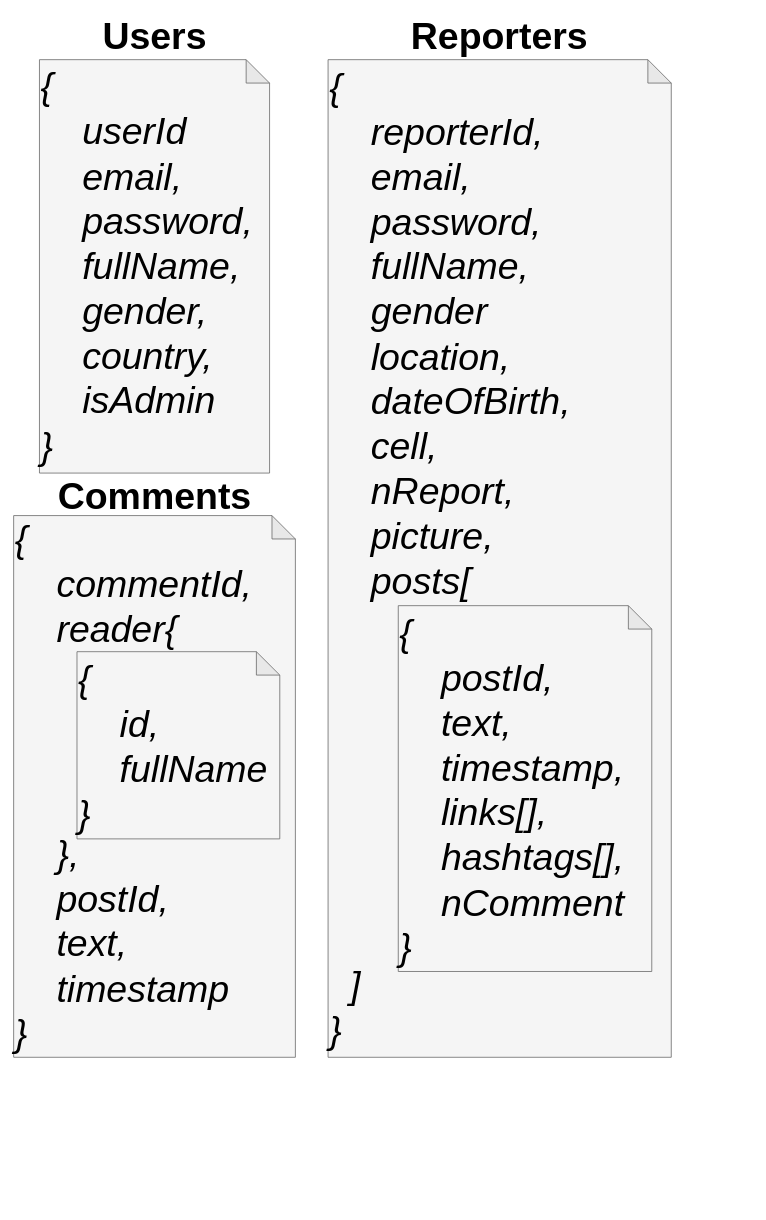
MatteBiondi/LSMSD_SocialNews keeps this draw.io diagram as page "MongoDbCollections" (3 of 3) of Docs/Drawio/schemas/DataModelling.drawio. Above is the earlier version. Source tidied: cells renumbered, new cells numbered last; positions are measured from the earlier drawing's top-left corner, leaving out a move shared by most shapes. Both pictures are drawn from the tidied source at 78%, with x=0, y=0 at pixel (13, 20).
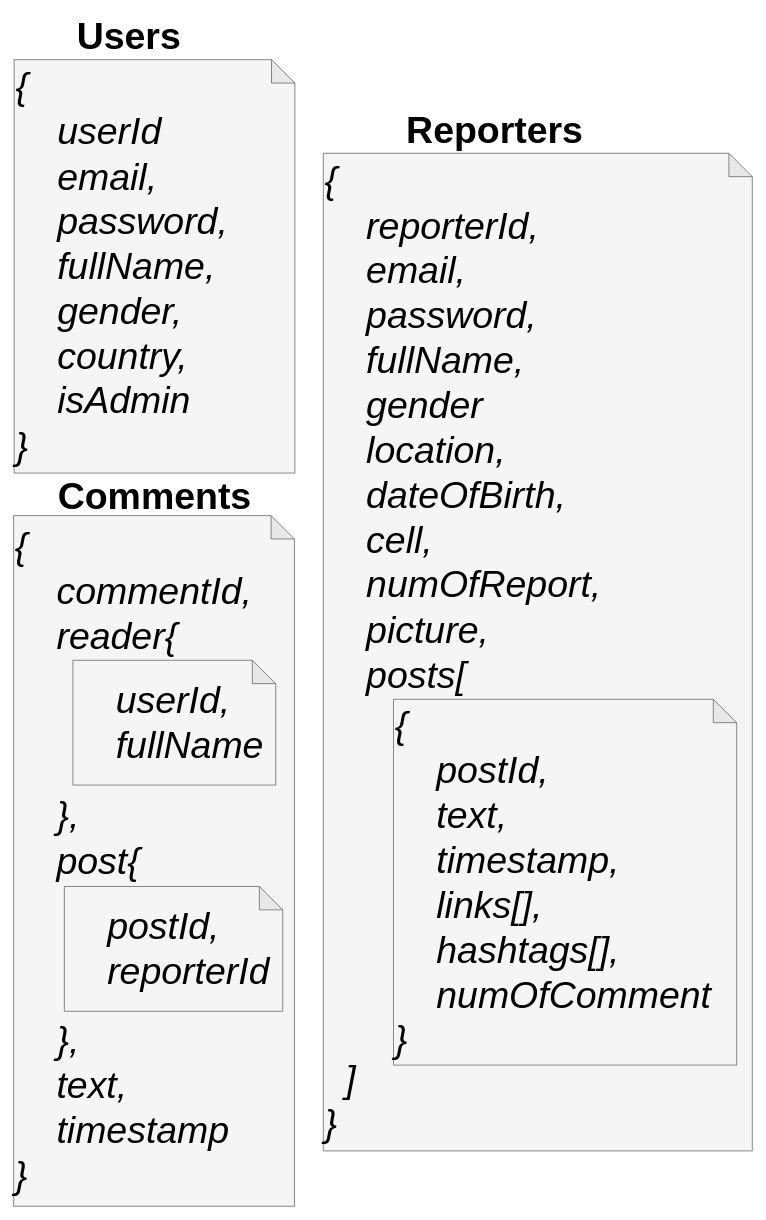
After the change.

Change to the diagram source:
```diff
@@
 <mxGraphModel>
   <root>
     <mxCell id="0" />
     <mxCell id="1" parent="0" />
     <mxCell id="2" value="&lt;font color=&quot;#000000&quot;&gt;&lt;i&gt;{&lt;br&gt;&amp;nbsp; &amp;nbsp; userId&lt;br&gt;&amp;nbsp; &amp;nbsp; email,&lt;br&gt;&amp;nbsp; &amp;nbsp; password,&lt;br style=&quot;border-color: var(--border-color);&quot;&gt;&amp;nbsp; &amp;nbsp; fullName,&lt;br style=&quot;border-color: var(--border-color);&quot;&gt;&amp;nbsp; &amp;nbsp; gender,&lt;br style=&quot;border-color: var(--border-color);&quot;&gt;&amp;nbsp; &amp;nbsp; country,&lt;br&gt;&amp;nbsp; &amp;nbsp; isAdmin&lt;br style=&quot;border-color: var(--border-color);&quot;&gt;}&lt;/i&gt;&lt;/font&gt;" style="shape=note;whiteSpace=wrap;html=1;backgroundOutline=1;darkOpacity=0.05;fontSize=48;align=left;fillColor=#f5f5f5;strokeColor=#666666;fontColor=#333333;" parent="1" vertex="1">
-      <mxGeometry x="33.1" y="50" width="295" height="530" as="geometry" />
+      <mxGeometry x="0.6" y="50" width="360" height="530" as="geometry" />
     </mxCell>
     <mxCell id="3" value="&lt;b&gt;Users&lt;/b&gt;" style="text;html=1;strokeColor=none;fillColor=none;align=center;verticalAlign=middle;whiteSpace=wrap;rounded=0;fontSize=48;fontColor=#000000;" parent="1" vertex="1">
-      <mxGeometry x="115.6" width="130" height="40" as="geometry" />
+      <mxGeometry x="83.1" width="130" height="40" as="geometry" />
     </mxCell>
-    <mxCell id="4" value="&lt;font color=&quot;#000000&quot;&gt;&lt;i&gt;{&lt;br&gt;&amp;nbsp; &amp;nbsp; commentId,&lt;br style=&quot;border-color: var(--border-color);&quot;&gt;&amp;nbsp; &amp;nbsp; reader{&lt;br&gt;&amp;nbsp; &amp;nbsp; &amp;nbsp; &amp;nbsp;&amp;nbsp;&lt;br&gt;&lt;br&gt;&lt;br&gt;&lt;br&gt;&amp;nbsp; &amp;nbsp; },&lt;br style=&quot;border-color: var(--border-color);&quot;&gt;&amp;nbsp; &amp;nbsp; postId,&lt;br style=&quot;border-color: var(--border-color);&quot;&gt;&amp;nbsp; &amp;nbsp; text,&lt;br style=&quot;border-color: var(--border-color);&quot;&gt;&amp;nbsp; &amp;nbsp; timestamp&lt;br&gt;}&lt;/i&gt;&lt;br&gt;&lt;/font&gt;" style="shape=note;whiteSpace=wrap;html=1;backgroundOutline=1;darkOpacity=0.05;fontSize=48;align=left;fillColor=#f5f5f5;strokeColor=#666666;fontColor=#333333;" parent="1" vertex="1">
-      <mxGeometry y="634.5" width="361.2" height="694.5" as="geometry" />
+    <mxCell id="4" value="&lt;font color=&quot;#000000&quot;&gt;&lt;i&gt;{&lt;br&gt;&amp;nbsp; &amp;nbsp; commentId,&lt;br style=&quot;border-color: var(--border-color);&quot;&gt;&amp;nbsp; &amp;nbsp; reader{&lt;br&gt;&lt;br&gt;&lt;br&gt;&amp;nbsp; &amp;nbsp; &amp;nbsp;&lt;br&gt;&amp;nbsp; &amp;nbsp; },&lt;br style=&quot;border-color: var(--border-color);&quot;&gt;&amp;nbsp; &amp;nbsp; post{&lt;br&gt;&lt;br&gt;&lt;br&gt;&lt;br&gt;&amp;nbsp; &amp;nbsp; },&lt;br style=&quot;border-color: var(--border-color);&quot;&gt;&amp;nbsp; &amp;nbsp; text,&lt;br style=&quot;border-color: var(--border-color);&quot;&gt;&amp;nbsp; &amp;nbsp; timestamp&lt;br&gt;}&lt;/i&gt;&lt;br&gt;&lt;/font&gt;" style="shape=note;whiteSpace=wrap;html=1;backgroundOutline=1;darkOpacity=0.05;fontSize=48;align=left;fillColor=#f5f5f5;strokeColor=#666666;fontColor=#333333;" parent="1" vertex="1">
+      <mxGeometry y="634.5" width="360" height="885.5" as="geometry" />
     </mxCell>
     <mxCell id="5" value="&lt;b&gt;Comments&lt;/b&gt;" style="text;html=1;strokeColor=none;fillColor=none;align=center;verticalAlign=middle;whiteSpace=wrap;rounded=0;fontSize=48;fontColor=#000000;" parent="1" vertex="1">
       <mxGeometry x="56.9" y="590" width="247.5" height="40" as="geometry" />
     </mxCell>
-    <mxCell id="6" value="&lt;font color=&quot;#000000&quot;&gt;&lt;i&gt;{&lt;br style=&quot;border-color: var(--border-color);&quot;&gt;&amp;nbsp; &amp;nbsp; reporterId,&lt;br&gt;&amp;nbsp; &amp;nbsp; email,&lt;br&gt;&amp;nbsp; &amp;nbsp; password,&lt;br style=&quot;border-color: var(--border-color);&quot;&gt;&amp;nbsp; &amp;nbsp; fullName,&lt;br&gt;&amp;nbsp; &amp;nbsp; gender&lt;br style=&quot;border-color: var(--border-color);&quot;&gt;&amp;nbsp; &amp;nbsp; location,&lt;br&gt;&amp;nbsp; &amp;nbsp; dateOfBirth,&lt;br style=&quot;border-color: var(--border-color);&quot;&gt;&amp;nbsp; &amp;nbsp; cell,&amp;nbsp;&lt;br&gt;&amp;nbsp; &amp;nbsp; nReport,&amp;nbsp; &amp;nbsp;&lt;br&gt;&amp;nbsp; &amp;nbsp; picture,&lt;br&gt;&amp;nbsp; &amp;nbsp; posts[ &lt;br&gt;&lt;br&gt;&lt;br&gt;&lt;br&gt;&lt;br&gt;&lt;br&gt;&lt;br&gt;&amp;nbsp; &amp;nbsp; &lt;br&gt;&amp;nbsp; &lt;br&gt;&amp;nbsp; ]&lt;br&gt;}&lt;/i&gt;&lt;/font&gt;" style="shape=note;whiteSpace=wrap;html=1;backgroundOutline=1;darkOpacity=0.05;fontSize=48;align=left;fillColor=#f5f5f5;strokeColor=#666666;fontColor=#333333;" parent="1" vertex="1">
-      <mxGeometry x="403.1" y="50" width="440" height="1279" as="geometry" />
+    <mxCell id="6" value="&lt;font color=&quot;#000000&quot;&gt;&lt;i&gt;{&lt;br style=&quot;border-color: var(--border-color);&quot;&gt;&amp;nbsp; &amp;nbsp; reporterId,&lt;br&gt;&amp;nbsp; &amp;nbsp; email,&lt;br&gt;&amp;nbsp; &amp;nbsp; password,&lt;br style=&quot;border-color: var(--border-color);&quot;&gt;&amp;nbsp; &amp;nbsp; fullName,&lt;br&gt;&amp;nbsp; &amp;nbsp; gender&lt;br style=&quot;border-color: var(--border-color);&quot;&gt;&amp;nbsp; &amp;nbsp; location,&lt;br&gt;&amp;nbsp; &amp;nbsp; dateOfBirth,&lt;br style=&quot;border-color: var(--border-color);&quot;&gt;&amp;nbsp; &amp;nbsp; cell,&amp;nbsp;&lt;br&gt;&amp;nbsp; &amp;nbsp; numOfReport,&amp;nbsp; &amp;nbsp;&lt;br&gt;&amp;nbsp; &amp;nbsp; picture,&lt;br&gt;&amp;nbsp; &amp;nbsp; posts[ &lt;br&gt;&lt;br&gt;&lt;br&gt;&lt;br&gt;&lt;br&gt;&lt;br&gt;&lt;br&gt;&amp;nbsp; &amp;nbsp; &lt;br&gt;&amp;nbsp; &lt;br&gt;&amp;nbsp; ]&lt;br&gt;}&lt;/i&gt;&lt;/font&gt;" style="shape=note;whiteSpace=wrap;html=1;backgroundOutline=1;darkOpacity=0.05;fontSize=48;align=left;fillColor=#f5f5f5;strokeColor=#666666;fontColor=#333333;" parent="1" vertex="1">
+      <mxGeometry x="397" y="170" width="550" height="1279" as="geometry" />
     </mxCell>
-    <mxCell id="7" value="&lt;span style=&quot;border-color: var(--border-color);&quot;&gt;&lt;i&gt;{&lt;br&gt;&amp;nbsp; &amp;nbsp; postId,&lt;br style=&quot;border-color: var(--border-color);&quot;&gt;&amp;nbsp; &amp;nbsp; text,&lt;br style=&quot;border-color: var(--border-color);&quot;&gt;&amp;nbsp; &amp;nbsp; timestamp,&lt;br style=&quot;border-color: var(--border-color);&quot;&gt;&amp;nbsp; &amp;nbsp; links[],&lt;br style=&quot;border-color: var(--border-color);&quot;&gt;&amp;nbsp; &amp;nbsp; hashtags[],&lt;br&gt;&amp;nbsp; &amp;nbsp; nComment&lt;br style=&quot;border-color: var(--border-color);&quot;&gt;}&lt;/i&gt;&lt;/span&gt;" style="shape=note;whiteSpace=wrap;html=1;backgroundOutline=1;darkOpacity=0.05;fontSize=48;fontColor=#000000;fillColor=#f5f5f5;strokeColor=#666666;align=left;verticalAlign=top;" parent="1" vertex="1">
-      <mxGeometry x="493.1" y="750" width="325" height="469" as="geometry" />
+    <mxCell id="7" value="&lt;span style=&quot;border-color: var(--border-color);&quot;&gt;&lt;i&gt;{&lt;br&gt;&amp;nbsp; &amp;nbsp; postId,&lt;br style=&quot;border-color: var(--border-color);&quot;&gt;&amp;nbsp; &amp;nbsp; text,&lt;br style=&quot;border-color: var(--border-color);&quot;&gt;&amp;nbsp; &amp;nbsp; timestamp,&lt;br style=&quot;border-color: var(--border-color);&quot;&gt;&amp;nbsp; &amp;nbsp; links[],&lt;br style=&quot;border-color: var(--border-color);&quot;&gt;&amp;nbsp; &amp;nbsp; hashtags[],&lt;br&gt;&amp;nbsp; &amp;nbsp; numOfComment&lt;br style=&quot;border-color: var(--border-color);&quot;&gt;}&lt;/i&gt;&lt;/span&gt;" style="shape=note;whiteSpace=wrap;html=1;backgroundOutline=1;darkOpacity=0.05;fontSize=48;fontColor=#000000;fillColor=#f5f5f5;strokeColor=#666666;align=left;verticalAlign=middle;" parent="1" vertex="1">
+      <mxGeometry x="487" y="870" width="440" height="469" as="geometry" />
     </mxCell>
     <mxCell id="8" value="&lt;b&gt;Reporters&lt;/b&gt;" style="text;html=1;strokeColor=none;fillColor=none;align=center;verticalAlign=middle;whiteSpace=wrap;rounded=0;fontSize=48;fontColor=#000000;" parent="1" vertex="1">
-      <mxGeometry x="499.4" width="247.5" height="40" as="geometry" />
+      <mxGeometry x="493.2" y="120" width="247.5" height="40" as="geometry" />
     </mxCell>
-    <mxCell id="9" value="&lt;i style=&quot;border-color: var(--border-color);&quot;&gt;{&lt;br style=&quot;border-color: var(--border-color);&quot;&gt;&amp;nbsp; &amp;nbsp; id,&lt;br style=&quot;border-color: var(--border-color);&quot;&gt;&amp;nbsp; &amp;nbsp; fullName&lt;br style=&quot;border-color: var(--border-color);&quot;&gt;}&lt;/i&gt;" style="shape=note;whiteSpace=wrap;html=1;backgroundOutline=1;darkOpacity=0.05;fontSize=48;fontColor=#000000;align=left;verticalAlign=top;fillColor=#f5f5f5;strokeColor=#666666;" parent="1" vertex="1">
-      <mxGeometry x="81.2" y="809" width="260" height="240" as="geometry" />
+    <mxCell id="9" value="&lt;i style=&quot;border-color: var(--border-color);&quot;&gt;&amp;nbsp; &amp;nbsp; userId,&lt;br style=&quot;border-color: var(--border-color);&quot;&gt;&amp;nbsp; &amp;nbsp; fullName&lt;br&gt;&lt;/i&gt;" style="shape=note;whiteSpace=wrap;html=1;backgroundOutline=1;darkOpacity=0.05;fontSize=48;fontColor=#000000;align=left;verticalAlign=middle;fillColor=#f5f5f5;strokeColor=#666666;" parent="1" vertex="1">
+      <mxGeometry x="76" y="820" width="260" height="160" as="geometry" />
     </mxCell>
+    <mxCell id="10" value="&lt;i style=&quot;border-color: var(--border-color);&quot;&gt;&amp;nbsp; &amp;nbsp; postId,&lt;br style=&quot;border-color: var(--border-color);&quot;&gt;&amp;nbsp; &amp;nbsp; reporterId&lt;br&gt;&lt;/i&gt;" style="shape=note;whiteSpace=wrap;html=1;backgroundOutline=1;darkOpacity=0.05;fontSize=48;fontColor=#000000;align=left;verticalAlign=middle;fillColor=#f5f5f5;strokeColor=#666666;" parent="1" vertex="1">
+      <mxGeometry x="65" y="1110" width="280" height="160" as="geometry" />
+    </mxCell>
   </root>
 </mxGraphModel>
```
